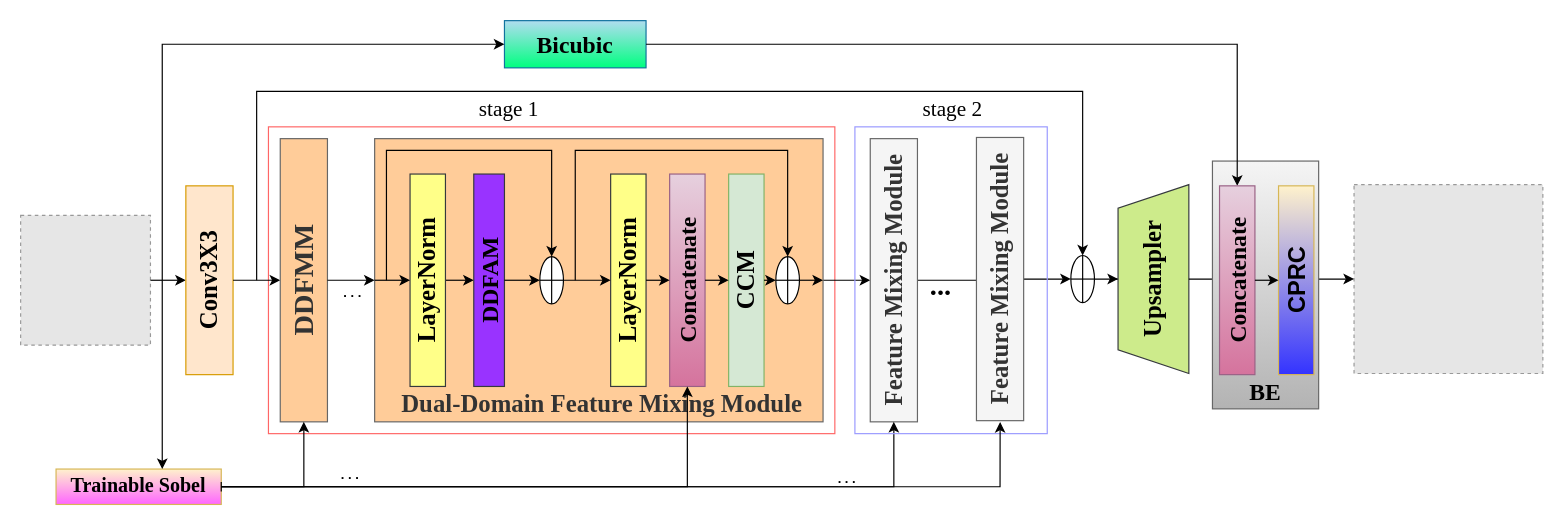
The draw.io diagram FFTSAFMN.drawio in gao131/nlp-beginner, before the edit. Source tidied: cells renumbered, new cells numbered last; positions are measured from the earlier drawing's top-left corner, leaving out a move shared by most shapes. Both pictures are drawn from the tidied source at 118%, with x=0, y=0 at pixel (20, 20). Pictures stored in the file or linked from it are replaced by grey dashed boxes.
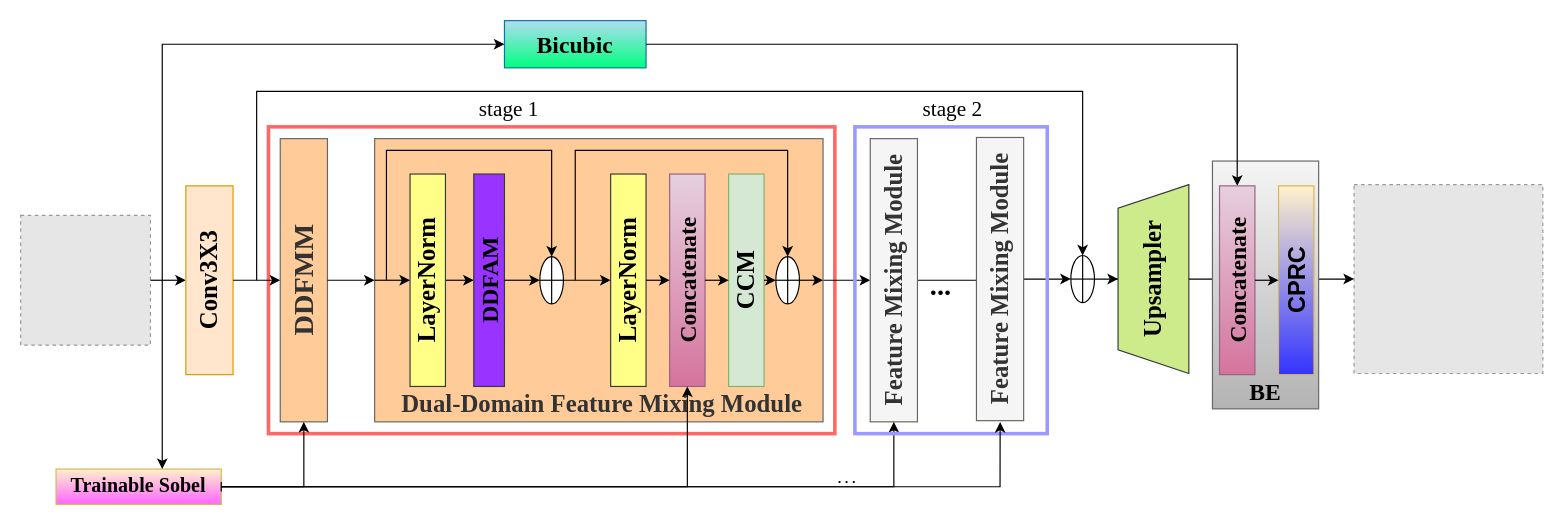
After the change.

The change refers to these unchanged cells:
```xml
<mxCell id="9" style="endArrow=classic;html=1;rounded=0;" parent="1" edge="1">
  <mxGeometry relative="1" as="geometry">
    <mxPoint x="260" y="220" as="sourcePoint" />
    <mxPoint x="300" y="220" as="targetPoint" />
  </mxGeometry>
</mxCell>
```

Diff of the diagram source:
```diff
@@
-    <mxCell id="2" style="rounded=0;whiteSpace=wrap;html=1;gradientColor=none;fillColor=none;strokeColor=#FF6666;" parent="1" vertex="1">
+    <mxCell id="2" style="rounded=0;whiteSpace=wrap;html=1;gradientColor=none;fillColor=none;strokeColor=#FF6666;strokeWidth=3;" parent="1" vertex="1">
       <mxGeometry x="210" y="90" width="480" height="260" as="geometry" />
     </mxCell>
@@
-    <mxCell id="10" value=". . ." style="edgeLabel;html=1;align=center;verticalAlign=middle;fontStyle=1;" parent="9" vertex="1">
-      <mxGeometry x="0.11" y="-3" relative="1" as="geometry">
-        <mxPoint x="-2" y="7" as="offset" />
-      </mxGeometry>
-    </mxCell>
@@
-    <mxCell id="54" value=". . ." style="edgeLabel;html=1;align=center;verticalAlign=middle;fontStyle=1;" parent="1" vertex="1">
-      <mxGeometry x="290" y="350" as="geometry">
-        <mxPoint x="-12" y="34" as="offset" />
-      </mxGeometry>
-    </mxCell>
@@
-    <mxCell id="66" style="rounded=0;whiteSpace=wrap;html=1;fillColor=none;strokeColor=#9999FF;" parent="1" vertex="1">
+    <mxCell id="66" style="rounded=0;whiteSpace=wrap;html=1;fillColor=none;strokeColor=#9999FF;strokeWidth=3;" parent="1" vertex="1">
       <mxGeometry x="707" y="90" width="163" height="260" as="geometry" />
     </mxCell>
```
